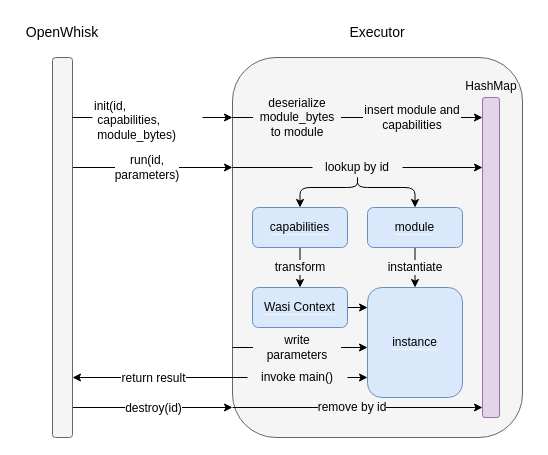
Before: figures/drawio/ExecutorOverview.drawio in PhilippGackstatter/diploma-thesis, a draw.io diagram. Source tidied: cells renumbered, new cells numbered last; positions are measured from the earlier drawing's top-left corner, leaving out a move shared by most shapes. Both pictures are drawn from the tidied source at 100%, with x=0, y=0 at pixel (17, 17).
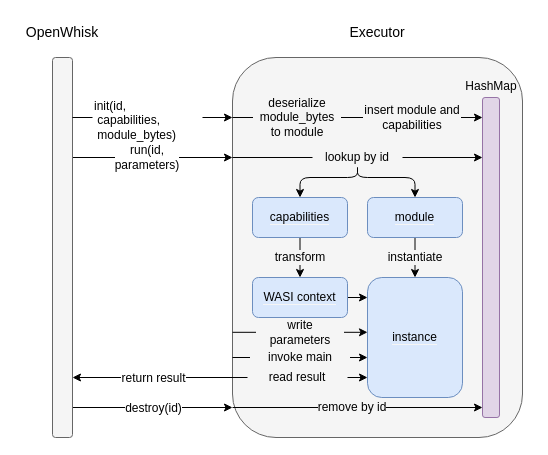
The same diagram, later.

Commit message:
figures: Update executor overview

The edit, as a diff of the source:
```diff
@@
     <mxCell id="4" style="endArrow=classic;html=1;entryX=0;entryY=1;entryDx=0;entryDy=0;" parent="1" edge="1">
       <mxGeometry relative="1" as="geometry">
-        <mxPoint x="55" y="150" as="sourcePoint" />
-        <mxPoint x="215" y="150" as="targetPoint" />
+        <mxPoint x="55" y="140" as="sourcePoint" />
+        <mxPoint x="215" y="140" as="targetPoint" />
       </mxGeometry>
     </mxCell>
@@
-    <mxCell id="15" style="endArrow=classic;html=1;fontFamily=JetBrains Mono;" parent="1" edge="1" source="22">
+    <mxCell id="15" style="endArrow=classic;html=1;fontFamily=JetBrains Mono;exitX=1;exitY=0.5;exitDx=0;exitDy=0;" parent="1" edge="1" source="22">
       <mxGeometry relative="1" as="geometry">
-        <mxPoint x="465" y="150" as="targetPoint" />
+        <mxPoint x="465" y="140" as="targetPoint" />
       </mxGeometry>
     </mxCell>
@@
     <mxCell id="17" value="&lt;span style=&quot;background-color: rgb(218 , 232 , 252)&quot;&gt;capabilities&lt;/span&gt;" style="rounded=1;whiteSpace=wrap;html=1;labelBackgroundColor=#F5F5F5;fontFamily=JetBrains Mono;strokeColor=#6c8ebf;fillColor=#DAE8FC;" parent="1" vertex="1">
-      <mxGeometry x="235" y="190" width="95" height="40" as="geometry" />
+      <mxGeometry x="235" y="180" width="95" height="40" as="geometry" />
     </mxCell>
@@
     <mxCell id="19" value="&lt;span style=&quot;background-color: rgb(218 , 232 , 252)&quot;&gt;module&lt;/span&gt;" style="rounded=1;whiteSpace=wrap;html=1;labelBackgroundColor=#F5F5F5;fontFamily=JetBrains Mono;strokeColor=#6c8ebf;fillColor=#DAE8FC;" parent="1" vertex="1">
-      <mxGeometry x="350" y="190" width="95" height="40" as="geometry" />
+      <mxGeometry x="350" y="180" width="95" height="40" as="geometry" />
     </mxCell>
     <mxCell id="20" style="edgeStyle=orthogonalEdgeStyle;rounded=1;jettySize=auto;html=1;entryX=0.5;entryY=0;entryDx=0;entryDy=0;fontFamily=JetBrains Mono;fontSize=12;" parent="1" edge="1" source="22" target="17">
       <mxGeometry relative="1" as="geometry">
         <Array as="points">
-          <mxPoint x="340" y="170" />
-          <mxPoint x="283" y="170" />
-          <mxPoint x="283" y="190" />
+          <mxPoint x="340" y="160" />
+          <mxPoint x="283" y="160" />
+          <mxPoint x="283" y="180" />
         </Array>
       </mxGeometry>
     </mxCell>
     <mxCell id="21" style="edgeStyle=orthogonalEdgeStyle;rounded=1;jettySize=auto;html=1;entryX=0.5;entryY=0;entryDx=0;entryDy=0;fontFamily=JetBrains Mono;fontSize=12;" parent="1" edge="1" source="22" target="19">
       <mxGeometry relative="1" as="geometry">
         <Array as="points">
-          <mxPoint x="340" y="170" />
-          <mxPoint x="398" y="170" />
-          <mxPoint x="398" y="190" />
+          <mxPoint x="340" y="160" />
+          <mxPoint x="398" y="160" />
+          <mxPoint x="398" y="180" />
         </Array>
       </mxGeometry>
     </mxCell>
     <mxCell id="22" value="lookup by id" style="text;html=1;strokeColor=none;fillColor=none;align=center;verticalAlign=middle;whiteSpace=wrap;rounded=0;fontFamily=JetBrains Mono;labelBackgroundColor=#F5F5F5;" parent="1" vertex="1">
-      <mxGeometry x="295" y="140" width="90" height="20" as="geometry" />
+      <mxGeometry x="295" y="130" width="90" height="20" as="geometry" />
     </mxCell>
     <mxCell id="23" style="endArrow=none;html=1;fontFamily=JetBrains Mono;endFill=0;" parent="1" edge="1" target="22">
       <mxGeometry relative="1" as="geometry">
-        <mxPoint x="215" y="150" as="sourcePoint" />
+        <mxPoint x="215" y="140" as="sourcePoint" />
       </mxGeometry>
     </mxCell>
     <mxCell id="24" value="&lt;span style=&quot;background-color: rgb(218 , 232 , 252)&quot;&gt;instance&lt;/span&gt;" style="rounded=1;whiteSpace=wrap;html=1;labelBackgroundColor=#F5F5F5;fontFamily=JetBrains Mono;strokeColor=#6c8ebf;fillColor=#DAE8FC;" parent="1" vertex="1">
-      <mxGeometry x="350" y="270" width="95" height="110" as="geometry" />
+      <mxGeometry x="350" y="260" width="95" height="120" as="geometry" />
     </mxCell>
     <mxCell id="25" value="instantiate" style="text;html=1;strokeColor=none;fillColor=none;align=center;verticalAlign=middle;whiteSpace=wrap;rounded=0;fontFamily=JetBrains Mono;labelBackgroundColor=#F5F5F5;" parent="1" vertex="1">
-      <mxGeometry x="352.5" y="240" width="90" height="20" as="geometry" />
+      <mxGeometry x="352.5" y="230" width="90" height="20" as="geometry" />
     </mxCell>
-    <mxCell id="26" style="edgeStyle=orthogonalEdgeStyle;rounded=1;jettySize=auto;html=1;entryX=0.001;entryY=0.182;entryDx=0;entryDy=0;entryPerimeter=0;fontFamily=JetBrains Mono;fontSize=12;" parent="1" edge="1" source="27" target="24">
+    <mxCell id="26" style="edgeStyle=orthogonalEdgeStyle;rounded=0;jettySize=auto;html=1;entryX=0;entryY=0.172;entryDx=0;entryDy=0;entryPerimeter=0;" parent="1" edge="1" source="27" target="24">
       <mxGeometry relative="1" as="geometry" />
     </mxCell>
-    <mxCell id="27" value="&lt;span style=&quot;background-color: rgb(218 , 232 , 252)&quot;&gt;Wasi Context&lt;/span&gt;" style="rounded=1;whiteSpace=wrap;html=1;labelBackgroundColor=#F5F5F5;fontFamily=JetBrains Mono;strokeColor=#6c8ebf;fillColor=#DAE8FC;" parent="1" vertex="1">
-      <mxGeometry x="235" y="270" width="95" height="40" as="geometry" />
+    <mxCell id="27" value="&lt;span style=&quot;background-color: rgb(218 , 232 , 252)&quot;&gt;WASI context&lt;/span&gt;" style="rounded=1;whiteSpace=wrap;html=1;labelBackgroundColor=#F5F5F5;fontFamily=JetBrains Mono;strokeColor=#6c8ebf;fillColor=#DAE8FC;" parent="1" vertex="1">
+      <mxGeometry x="235" y="260" width="95" height="40" as="geometry" />
     </mxCell>
     <mxCell id="28" value="transform" style="text;html=1;strokeColor=none;fillColor=none;align=center;verticalAlign=middle;whiteSpace=wrap;rounded=0;fontFamily=JetBrains Mono;labelBackgroundColor=#F5F5F5;" parent="1" vertex="1">
-      <mxGeometry x="237.5" y="240" width="90" height="20" as="geometry" />
+      <mxGeometry x="237.5" y="230" width="90" height="20" as="geometry" />
     </mxCell>
     <mxCell id="29" style="endArrow=classic;html=1;fontFamily=JetBrains Mono;entryX=0;entryY=0.5;entryDx=0;entryDy=0;" parent="1" edge="1">
       <mxGeometry relative="1" as="geometry">
-        <mxPoint x="215" y="330" as="sourcePoint" />
-        <mxPoint x="350" y="330" as="targetPoint" />
+        <mxPoint x="215" y="314.8" as="sourcePoint" />
+        <mxPoint x="350" y="314.8" as="targetPoint" />
       </mxGeometry>
     </mxCell>
     <mxCell id="30" value="write parameters" style="text;html=1;strokeColor=none;fillColor=none;align=center;verticalAlign=middle;whiteSpace=wrap;rounded=0;fontFamily=JetBrains Mono;labelBackgroundColor=#F5F5F5;" parent="1" vertex="1">
-      <mxGeometry x="235" y="320" width="90" height="20" as="geometry" />
+      <mxGeometry x="237.5" y="305" width="90" height="20" as="geometry" />
     </mxCell>
-    <mxCell id="31" style="endArrow=classic;html=1;fontFamily=JetBrains Mono;entryX=0;entryY=0.5;entryDx=0;entryDy=0;" parent="1" edge="1" source="32">
+    <mxCell id="31" style="endArrow=classic;html=1;fontFamily=JetBrains Mono;exitX=1;exitY=0.5;exitDx=0;exitDy=0;" parent="1" edge="1" source="32">
       <mxGeometry relative="1" as="geometry">
-        <mxPoint x="350" y="360" as="targetPoint" />
+        <mxPoint x="350" y="340" as="targetPoint" />
       </mxGeometry>
     </mxCell>
-    <mxCell id="32" value="invoke main()" style="text;html=1;strokeColor=none;fillColor=none;align=center;verticalAlign=middle;whiteSpace=wrap;rounded=0;fontFamily=JetBrains Mono;labelBackgroundColor=#F5F5F5;" parent="1" vertex="1">
-      <mxGeometry x="230" y="350" width="100" height="20" as="geometry" />
+    <mxCell id="32" value="invoke main" style="text;html=1;strokeColor=none;fillColor=none;align=center;verticalAlign=middle;whiteSpace=wrap;rounded=0;fontFamily=JetBrains Mono;labelBackgroundColor=#F5F5F5;" parent="1" vertex="1">
+      <mxGeometry x="232.5" y="330" width="100" height="20" as="geometry" />
     </mxCell>
-    <mxCell id="33" style="endArrow=none;html=1;fontFamily=JetBrains Mono;entryX=0;entryY=0.5;entryDx=0;entryDy=0;endFill=0;" parent="1" edge="1" target="32">
+    <mxCell id="33" style="endArrow=none;html=1;fontFamily=JetBrains Mono;endFill=0;" parent="1" edge="1" target="32">
       <mxGeometry relative="1" as="geometry">
-        <mxPoint x="215" y="360" as="sourcePoint" />
+        <mxPoint x="215" y="340" as="sourcePoint" />
       </mxGeometry>
     </mxCell>
@@
     <mxCell id="38" value="run(id,&lt;br&gt;parameters)" style="text;html=1;strokeColor=none;fillColor=none;align=center;verticalAlign=middle;whiteSpace=wrap;rounded=0;fontFamily=JetBrains Mono;labelBackgroundColor=#ffffff;fontSize=12;" parent="1" vertex="1">
-      <mxGeometry x="85" y="130" width="90" height="40" as="geometry" />
+      <mxGeometry x="85" y="120" width="90" height="40" as="geometry" />
     </mxCell>
@@
+    <mxCell id="41" style="edgeStyle=orthogonalEdgeStyle;rounded=0;jettySize=auto;html=1;entryX=-0.004;entryY=0.839;entryDx=0;entryDy=0;entryPerimeter=0;" parent="1" edge="1" source="43" target="24">
+      <mxGeometry relative="1" as="geometry" />
+    </mxCell>
+    <mxCell id="42" style="edgeStyle=orthogonalEdgeStyle;rounded=0;jettySize=auto;html=1;endArrow=none;endFill=0;" parent="1" edge="1" source="43">
+      <mxGeometry relative="1" as="geometry">
+        <mxPoint x="215" y="360" as="targetPoint" />
+      </mxGeometry>
+    </mxCell>
+    <mxCell id="43" value="read result" style="text;html=1;strokeColor=none;fillColor=none;align=center;verticalAlign=middle;whiteSpace=wrap;rounded=0;fontFamily=JetBrains Mono;labelBackgroundColor=#F5F5F5;" parent="1" vertex="1">
+      <mxGeometry x="230" y="350" width="100" height="20" as="geometry" />
+    </mxCell>
```
